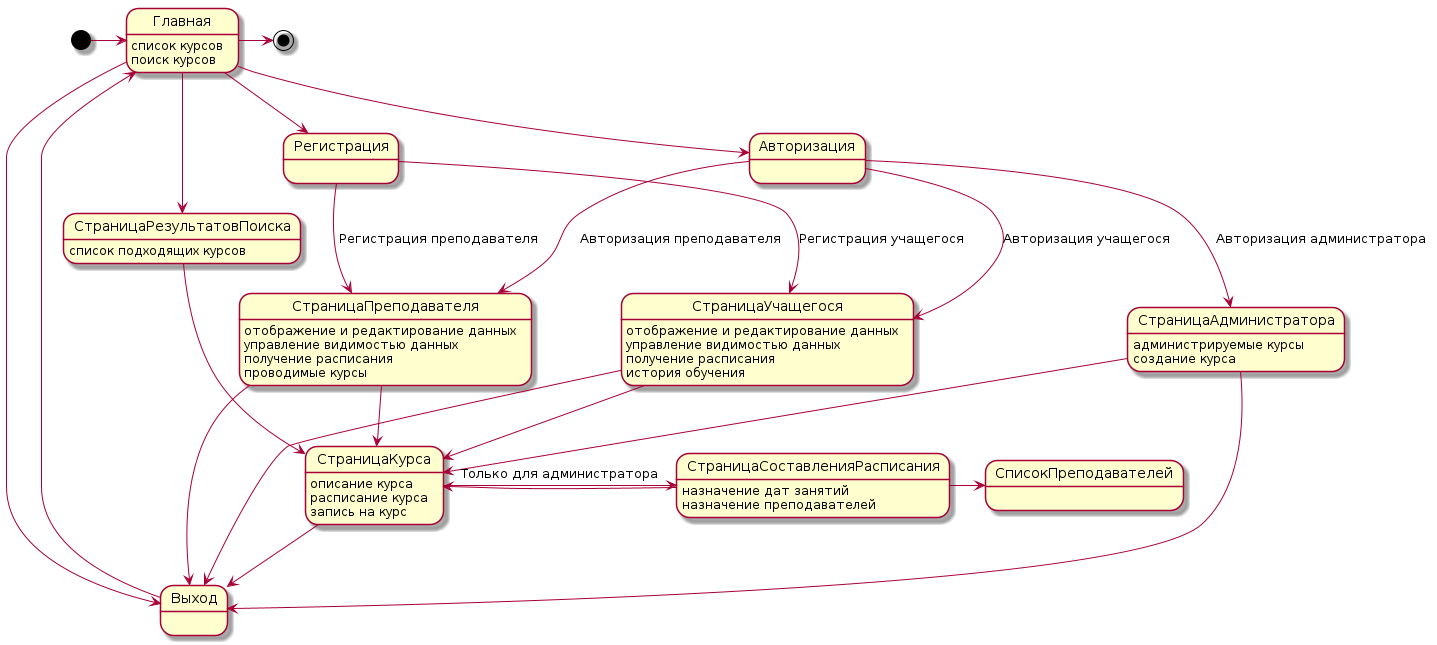
Above: techtask/pages.png in SeTSeR/LearnCenter (PlantUML), before the change. Its diagram source:
```plantuml
@startuml
[*] -> Главная
Главная: список курсов
Главная: поиск курсов
Главная --> СтраницаРезультатовПоиска
Главная --> Регистрация
Главная --> Авторизация
Главная --> Выход
СтраницаРезультатовПоиска: список подходящих курсов
Регистрация --> СтраницаУчащегося : Регистрация учащегося
Авторизация --> СтраницаУчащегося : Авторизация учащегося
Регистрация --> СтраницаПреподавателя : Регистрация преподавателя
Авторизация --> СтраницаПреподавателя : Авторизация преподавателя
Авторизация --> СтраницаАдминистратора : Авторизация администратора
СтраницаУчащегося: отображение и редактирование данных
СтраницаУчащегося: управление видимостью данных
СтраницаУчащегося: получение расписания
СтраницаУчащегося: история обучения
СтраницаПреподавателя: отображение и редактирование данных
СтраницаПреподавателя: управление видимостью данных
СтраницаПреподавателя: получение расписания
СтраницаПреподавателя: проводимые курсы
СтраницаАдминистратора: администрируемые курсы
СтраницаАдминистратора: создание курса
СтраницаУчащегося --> СтраницаКурса
СтраницаПреподавателя --> СтраницаКурса
СтраницаАдминистратора --> СтраницаКурса
СтраницаРезультатовПоиска --> СтраницаКурса
СтраницаУчащегося --> Выход
СтраницаПреподавателя --> Выход
СтраницаАдминистратора --> Выход
СтраницаКурса --> Выход
СтраницаКурса: описание курса
СтраницаКурса: расписание курса
СтраницаКурса: запись на курс
СтраницаКурса -> СтраницаСоставленияРасписания : Только для администратора
СтраницаСоставленияРасписания -> СтраницаКурса
СтраницаСоставленияРасписания -> СписокПреподавателей
СтраницаСоставленияРасписания: назначение дат занятий
СтраницаСоставленияРасписания: назначение преподавателей
Выход -> Главная
Главная -> [*]
@enduml
```
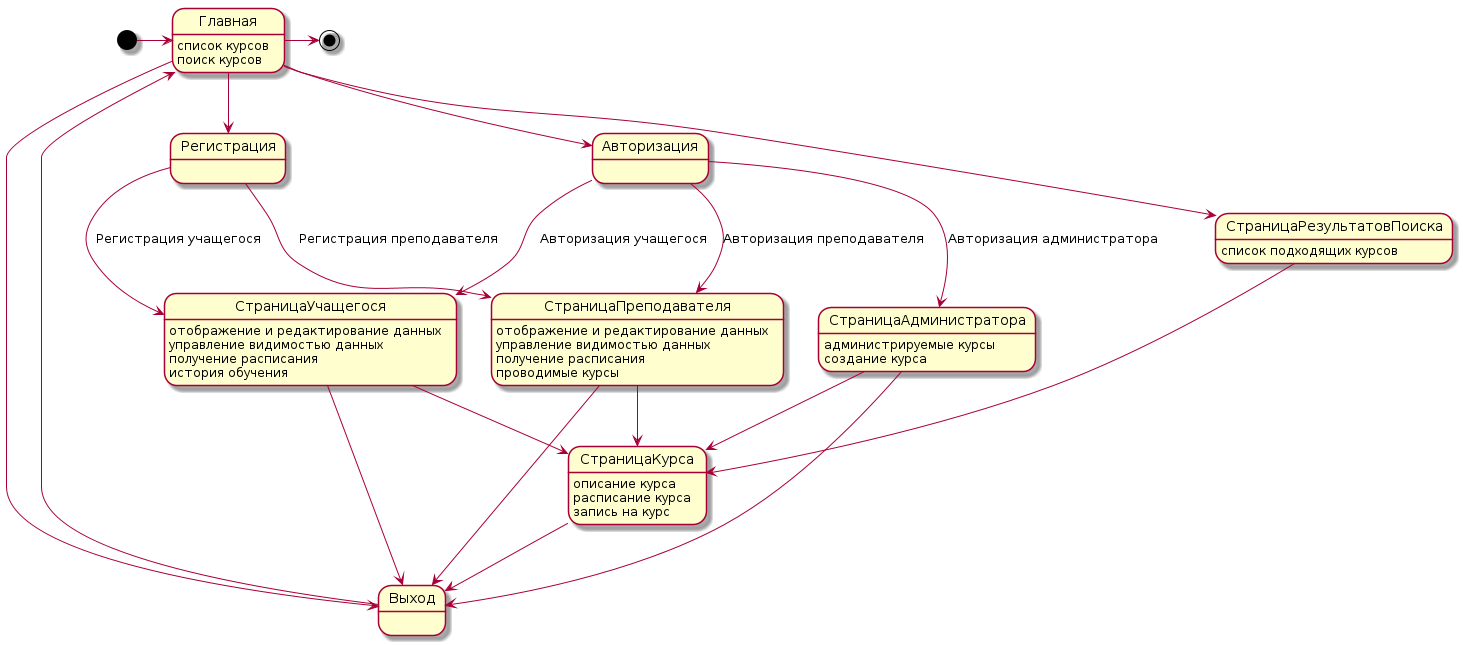
The same file after the commit.

Commit message:
Remove unimplemented pages and use cases from tech task

What changed in the source:
```diff
@@ -33,11 +33,6 @@
 СтраницаКурса: описание курса
 СтраницаКурса: расписание курса
 СтраницаКурса: запись на курс
-СтраницаКурса -> СтраницаСоставленияРасписания : Только для администратора
-СтраницаСоставленияРасписания -> СтраницаКурса
-СтраницаСоставленияРасписания -> СписокПреподавателей
-СтраницаСоставленияРасписания: назначение дат занятий
-СтраницаСоставленияРасписания: назначение преподавателей
 Выход -> Главная
 Главная -> [*]
 @enduml
```
